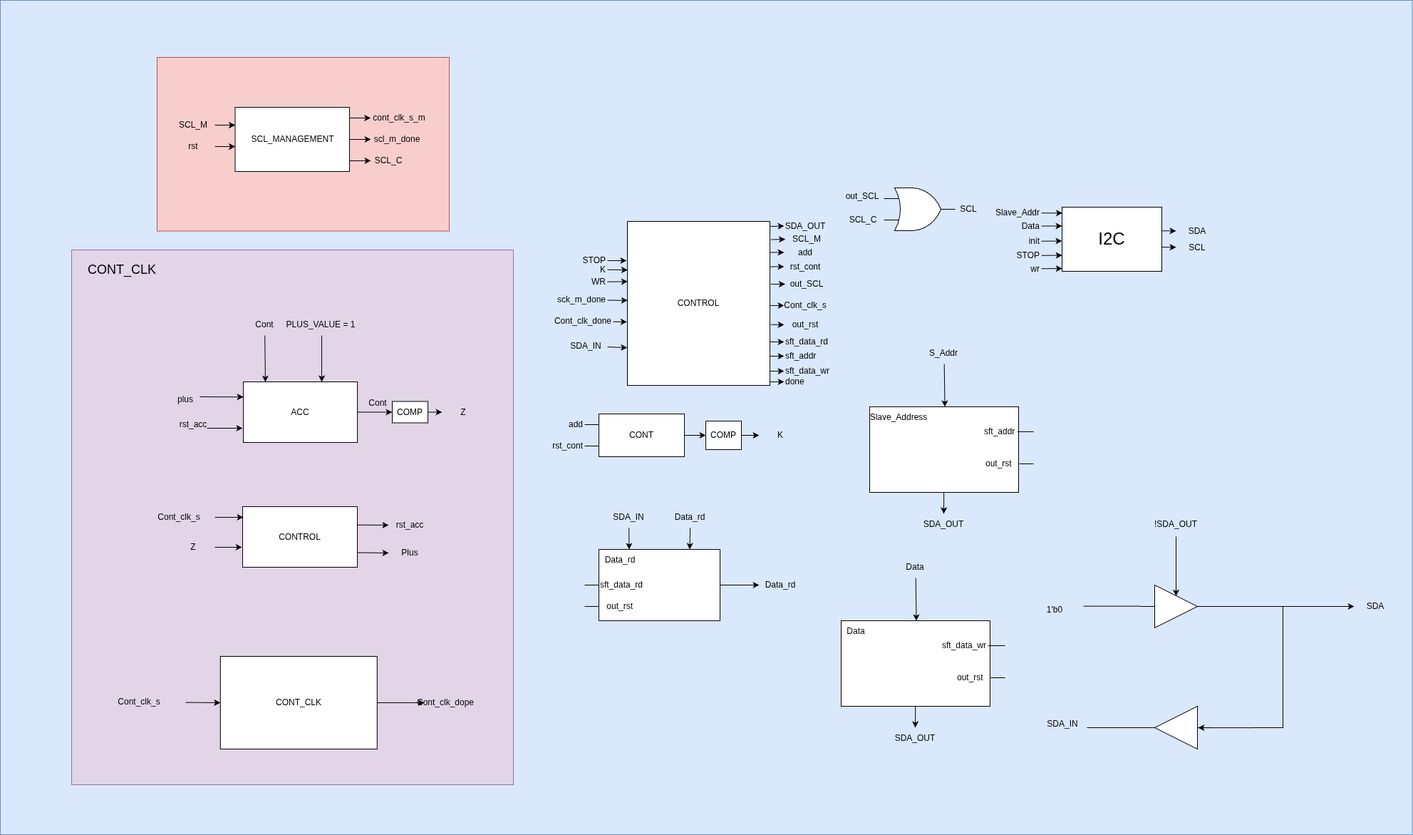
Before: I2C/diagrams/data_path.png, a diagram exported from draw.io (DanielPuentes01/Digital_2). Source tidied: cells renumbered, new cells last; positions are measured from the earlier drawing's top-left corner, leaving out a move shared by most shapes.
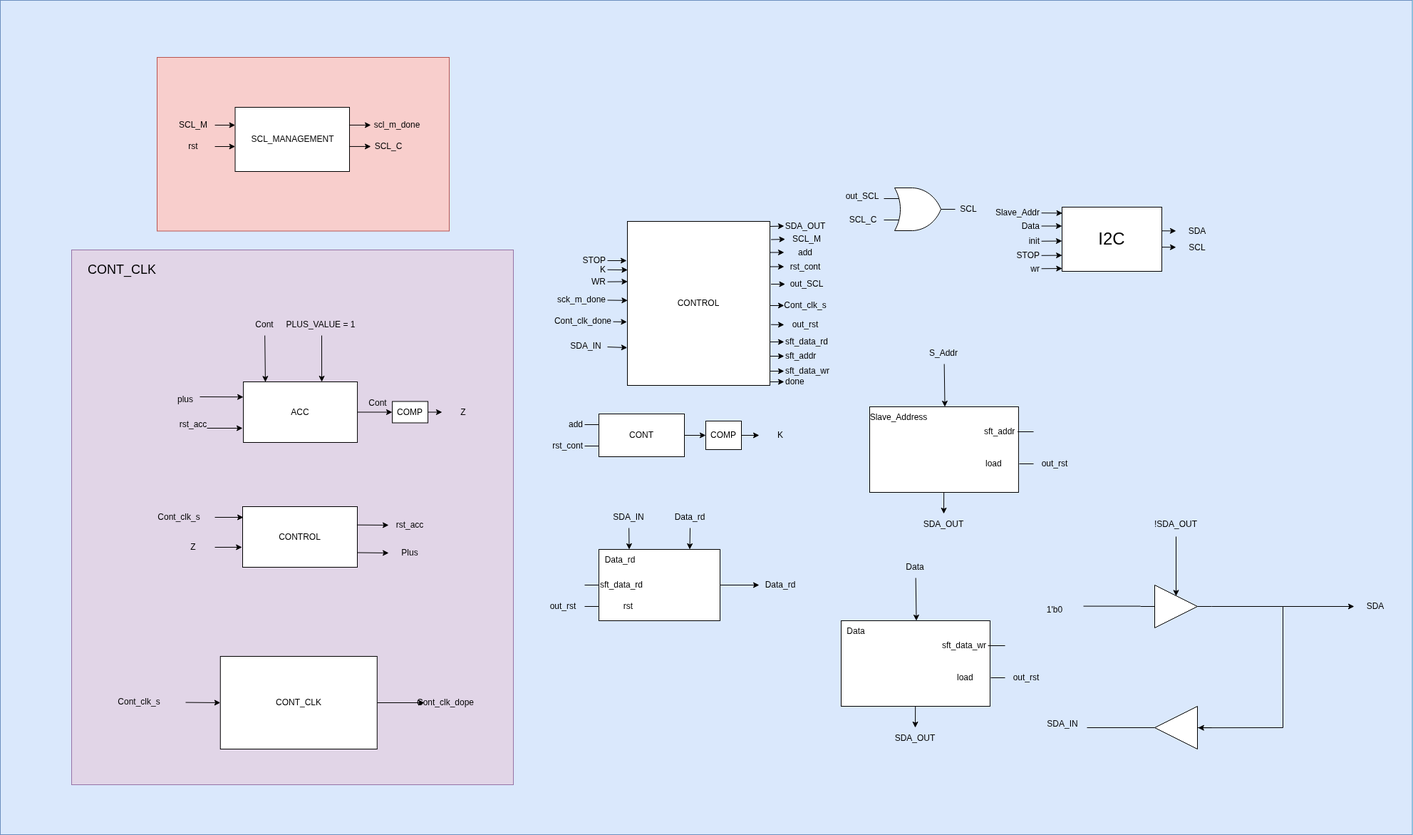
The same diagram one commit later.

What changed in the source:
```diff
@@ -62,7 +62,7 @@
     <mxCell id="21" value="sft_data_rd" style="text;html=1;align=left;verticalAlign=middle;whiteSpace=wrap;rounded=0;" parent="1" vertex="1">
       <mxGeometry x="840" y="805" width="60" height="30" as="geometry" />
     </mxCell>
-    <mxCell id="22" value="out_rst" style="text;html=1;align=right;verticalAlign=middle;whiteSpace=wrap;rounded=0;" parent="1" vertex="1">
+    <mxCell id="22" value="rst" style="text;html=1;align=right;verticalAlign=middle;whiteSpace=wrap;rounded=0;" parent="1" vertex="1">
       <mxGeometry x="830" y="835" width="60" height="30" as="geometry" />
     </mxCell>
     <mxCell id="23" style="endArrow=none;html=1;" parent="1" edge="1">
@@ -208,7 +208,7 @@
     <mxCell id="61" value="sft_addr" style="text;html=1;align=left;verticalAlign=middle;whiteSpace=wrap;rounded=0;" parent="1" vertex="1">
       <mxGeometry x="1378.8" y="590" width="60" height="30" as="geometry" />
     </mxCell>
-    <mxCell id="62" value="out_rst" style="text;html=1;align=left;verticalAlign=middle;whiteSpace=wrap;rounded=0;" parent="1" vertex="1">
+    <mxCell id="62" value="load" style="text;html=1;align=left;verticalAlign=middle;whiteSpace=wrap;rounded=0;" parent="1" vertex="1">
       <mxGeometry x="1381.1" y="635" width="60" height="30" as="geometry" />
     </mxCell>
     <mxCell id="63" style="endArrow=none;html=1;exitX=0.815;exitY=0.5;exitDx=0;exitDy=0;exitPerimeter=0;" parent="1" edge="1" source="61">
@@ -291,7 +291,7 @@
     <mxCell id="83" value="sft_data_wr" style="text;html=1;align=left;verticalAlign=middle;whiteSpace=wrap;rounded=0;" parent="1" vertex="1">
       <mxGeometry x="1320" y="890" width="81.1" height="30" as="geometry" />
     </mxCell>
-    <mxCell id="84" value="out_rst" style="text;html=1;align=left;verticalAlign=middle;whiteSpace=wrap;rounded=0;" parent="1" vertex="1">
+    <mxCell id="84" value="load" style="text;html=1;align=left;verticalAlign=middle;whiteSpace=wrap;rounded=0;" parent="1" vertex="1">
       <mxGeometry x="1341.1" y="935" width="60" height="30" as="geometry" />
     </mxCell>
     <mxCell id="85" style="endArrow=none;html=1;exitX=0.815;exitY=0.5;exitDx=0;exitDy=0;exitPerimeter=0;" parent="1" edge="1" source="83">
@@ -506,30 +506,22 @@
     <mxCell id="140" value="SCL_M" style="text;html=1;align=center;verticalAlign=middle;whiteSpace=wrap;rounded=0;" parent="1" vertex="1">
       <mxGeometry x="241.1" y="160" width="60" height="30" as="geometry" />
     </mxCell>
-    <mxCell id="141" value="cont_clk_s_m" style="text;html=1;align=center;verticalAlign=middle;whiteSpace=wrap;rounded=0;" parent="1" vertex="1">
-      <mxGeometry x="519.7" y="150" width="80" height="30" as="geometry" />
-    </mxCell>
-    <mxCell id="142" style="endArrow=classic;html=1;exitX=0.999;exitY=0.295;exitDx=0;exitDy=0;exitPerimeter=0;entryX=0;entryY=0.5;entryDx=0;entryDy=0;" parent="1" edge="1" target="141">
-      <mxGeometry relative="1" as="geometry">
-        <mxPoint x="489.7" y="165" as="sourcePoint" />
-      </mxGeometry>
-    </mxCell>
     <mxCell id="143" value="scl_m_done" style="text;html=1;align=center;verticalAlign=middle;whiteSpace=wrap;rounded=0;" parent="1" vertex="1">
-      <mxGeometry x="515.3" y="180" width="84.2" height="30" as="geometry" />
+      <mxGeometry x="515.3" y="160" width="84.2" height="30" as="geometry" />
     </mxCell>
     <mxCell id="144" style="endArrow=classic;html=1;exitX=0.999;exitY=0.295;exitDx=0;exitDy=0;exitPerimeter=0;entryX=0;entryY=0.5;entryDx=0;entryDy=0;" parent="1" edge="1">
       <mxGeometry relative="1" as="geometry">
-        <mxPoint x="490" y="194.9" as="sourcePoint" />
-        <mxPoint x="520" y="194.9" as="targetPoint" />
+        <mxPoint x="490" y="174.9" as="sourcePoint" />
+        <mxPoint x="520" y="174.9" as="targetPoint" />
       </mxGeometry>
     </mxCell>
     <mxCell id="145" value="SCL_C" style="text;html=1;align=center;verticalAlign=middle;whiteSpace=wrap;rounded=0;" parent="1" vertex="1">
-      <mxGeometry x="515.3" y="210" width="60" height="30" as="geometry" />
+      <mxGeometry x="515.3" y="190" width="60" height="30" as="geometry" />
     </mxCell>
     <mxCell id="146" style="endArrow=classic;html=1;exitX=0.999;exitY=0.295;exitDx=0;exitDy=0;exitPerimeter=0;entryX=0;entryY=0.5;entryDx=0;entryDy=0;" parent="1" edge="1">
       <mxGeometry relative="1" as="geometry">
-        <mxPoint x="490" y="224.9" as="sourcePoint" />
-        <mxPoint x="520" y="224.9" as="targetPoint" />
+        <mxPoint x="490" y="204.9" as="sourcePoint" />
+        <mxPoint x="520" y="204.9" as="targetPoint" />
       </mxGeometry>
     </mxCell>
     <mxCell id="147" style="edgeStyle=none;html=1;entryX=0;entryY=0.5;entryDx=0;entryDy=0;" parent="1" edge="1" source="148">
@@ -548,5 +540,14 @@
     <mxCell id="150" value="SCL_M" style="text;html=1;align=center;verticalAlign=middle;whiteSpace=wrap;rounded=0;" parent="1" vertex="1">
       <mxGeometry x="1101.5" y="320" width="60" height="30" as="geometry" />
     </mxCell>
+    <mxCell id="151" value="out_rst" style="text;html=1;align=center;verticalAlign=middle;whiteSpace=wrap;rounded=0;" parent="1" vertex="1">
+      <mxGeometry x="1450" y="635" width="60" height="30" as="geometry" />
+    </mxCell>
+    <mxCell id="152" value="out_rst" style="text;html=1;align=center;verticalAlign=middle;whiteSpace=wrap;rounded=0;" parent="1" vertex="1">
+      <mxGeometry x="1410" y="935" width="60" height="30" as="geometry" />
+    </mxCell>
+    <mxCell id="153" value="out_rst" style="text;html=1;align=center;verticalAlign=middle;whiteSpace=wrap;rounded=0;" parent="1" vertex="1">
+      <mxGeometry x="760" y="835" width="60" height="30" as="geometry" />
+    </mxCell>
   </root>
 </mxGraphModel>
```
